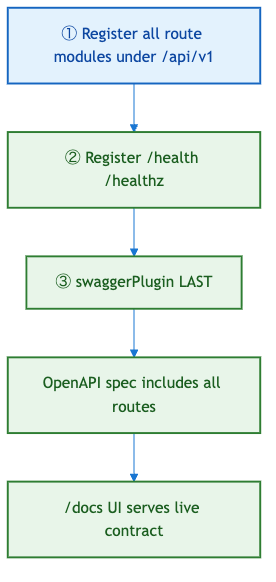
This is docs/.pdf-assets/diagram-35.png from saeedafri/Employee-management-system, a Mermaid export, as it was before one commit. Its source is kept beside it as docs/.pdf-assets/diagram-35.mmd. Its diagram source:
```mermaid
flowchart TD
%%{init: {'theme': 'base', 'themeVariables': { 'primaryColor': '#e3f2fd', 'primaryTextColor': '#1565c0', 'lineColor': '#1976d2'}}}%%
S1["① Register all route modules under /api/v1"] --> S2["② Register /health /healthz"]
    S2 --> S3["③ swaggerPlugin LAST"]
    S3 --> S4["OpenAPI spec includes all routes"]
    S4 --> S5["/docs UI serves live contract"]

classDef client fill:#e3f2fd,stroke:#1565c0,color:#0d47a1
    classDef api fill:#e8f5e9,stroke:#2e7d32,color:#1b5e20
    classDef db fill:#fff3e0,stroke:#ef6c00,color:#e65100
    classDef external fill:#f3e5f5,stroke:#7b1fa2,color:#4a148c
    classDef warn fill:#ffebee,stroke:#c62828,color:#b71c1c
    class S1 client
    class S2,S3,S4,S5 api
```
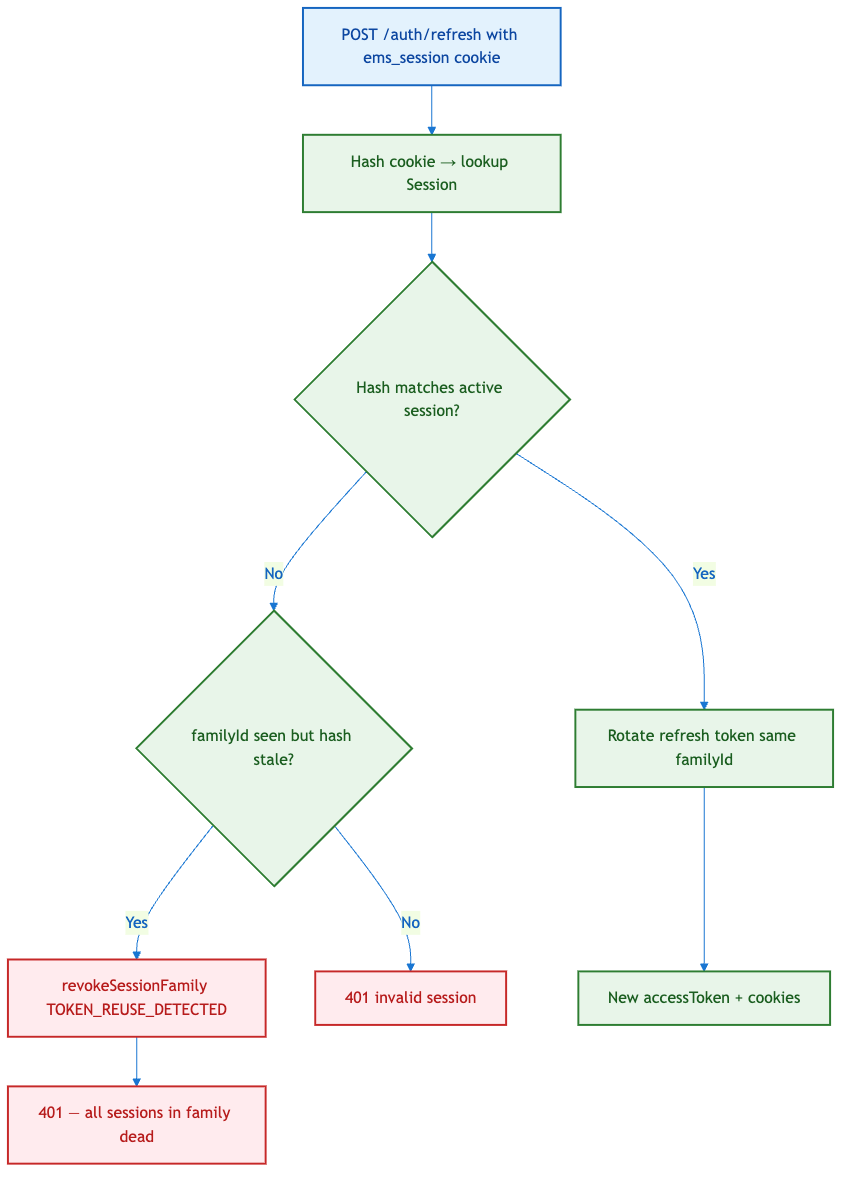
The same diagram one commit later.

The edit, as a diff of the source:
```diff
@@ -1,14 +1,19 @@
 flowchart TD
 %%{init: {'theme': 'base', 'themeVariables': { 'primaryColor': '#e3f2fd', 'primaryTextColor': '#1565c0', 'lineColor': '#1976d2'}}}%%
-S1["① Register all route modules under /api/v1"] --> S2["② Register /health /healthz"]
-    S2 --> S3["③ swaggerPlugin LAST"]
-    S3 --> S4["OpenAPI spec includes all routes"]
-    S4 --> S5["/docs UI serves live contract"]
+R1["POST /auth/refresh with ems_session cookie"] --> H1["Hash cookie → lookup Session"]
+    H1 --> M1{Hash matches active session?}
+    M1 -->|Yes| ROT["Rotate refresh token same familyId"]
+    M1 -->|No| M2{familyId seen but hash stale?}
+    M2 -->|Yes| REV["revokeSessionFamily TOKEN_REUSE_DETECTED"]
+    REV --> E401["401 — all sessions in family dead"]
+    M2 -->|No| E401B["401 invalid session"]
+    ROT --> OK["New accessToken + cookies"]
 
 classDef client fill:#e3f2fd,stroke:#1565c0,color:#0d47a1
     classDef api fill:#e8f5e9,stroke:#2e7d32,color:#1b5e20
     classDef db fill:#fff3e0,stroke:#ef6c00,color:#e65100
     classDef external fill:#f3e5f5,stroke:#7b1fa2,color:#4a148c
     classDef warn fill:#ffebee,stroke:#c62828,color:#b71c1c
-    class S1 client
-    class S2,S3,S4,S5 api
+    class R1 client
+    class H1,M1,M2,OK,ROT api
+    class E401,E401B,REV warn
```
